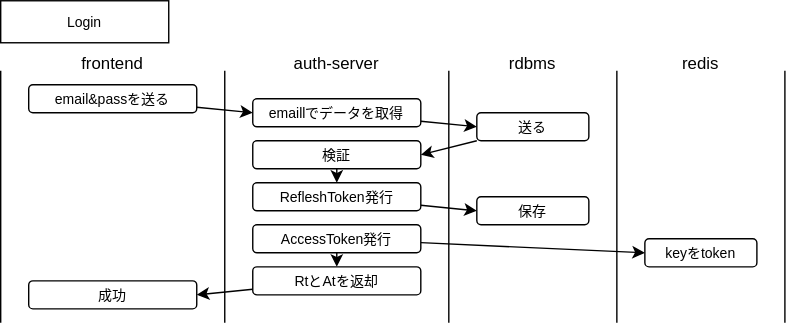
The draw.io diagram auth/案01.drawio.svg in Cosmic-rare/result-database-jupyter, before a commit. Source tidied: cells renumbered, new cells last; positions are measured from the earlier drawing's top-left corner, leaving out a move shared by most shapes.
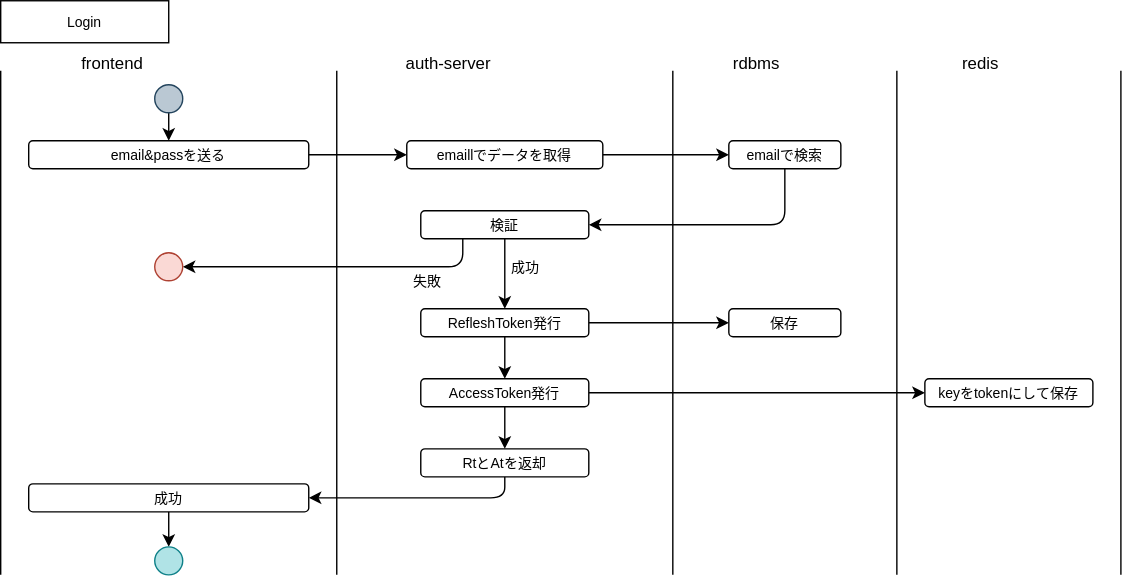
The same file after the commit.

Commit message:
大きく書き直し

Diff of the diagram source:
```diff
@@ -4,42 +4,42 @@
     <mxCell id="1" parent="0" />
     <mxCell id="2" style="endArrow=none;html=1;" parent="1" edge="1">
       <mxGeometry relative="1" as="geometry">
-        <mxPoint y="230" as="sourcePoint" />
+        <mxPoint y="410" as="sourcePoint" />
         <mxPoint y="50" as="targetPoint" />
       </mxGeometry>
     </mxCell>
     <mxCell id="3" style="endArrow=none;html=1;" parent="1" edge="1">
       <mxGeometry relative="1" as="geometry">
-        <mxPoint x="160" y="230" as="sourcePoint" />
-        <mxPoint x="160" y="50" as="targetPoint" />
+        <mxPoint x="240" y="410" as="sourcePoint" />
+        <mxPoint x="240" y="50" as="targetPoint" />
       </mxGeometry>
     </mxCell>
     <mxCell id="4" style="endArrow=none;html=1;" parent="1" edge="1">
       <mxGeometry relative="1" as="geometry">
-        <mxPoint x="320" y="230" as="sourcePoint" />
-        <mxPoint x="320" y="50" as="targetPoint" />
+        <mxPoint x="480" y="410" as="sourcePoint" />
+        <mxPoint x="480" y="50" as="targetPoint" />
       </mxGeometry>
     </mxCell>
     <mxCell id="5" style="endArrow=none;html=1;" parent="1" edge="1">
       <mxGeometry relative="1" as="geometry">
-        <mxPoint x="440" y="230" as="sourcePoint" />
-        <mxPoint x="440" y="50" as="targetPoint" />
+        <mxPoint x="640" y="410" as="sourcePoint" />
+        <mxPoint x="640" y="50" as="targetPoint" />
       </mxGeometry>
     </mxCell>
     <mxCell id="6" style="endArrow=none;html=1;" parent="1" edge="1">
       <mxGeometry relative="1" as="geometry">
-        <mxPoint x="560" y="230" as="sourcePoint" />
-        <mxPoint x="560" y="50" as="targetPoint" />
+        <mxPoint x="800" y="410" as="sourcePoint" />
+        <mxPoint x="800" y="50" as="targetPoint" />
       </mxGeometry>
     </mxCell>
     <mxCell id="7" value="rdbms" style="text;html=1;strokeColor=none;fillColor=none;align=center;verticalAlign=middle;whiteSpace=wrap;rounded=0;" parent="1" vertex="1">
-      <mxGeometry x="320" y="30" width="120" height="30" as="geometry" />
+      <mxGeometry x="480" y="30" width="120" height="30" as="geometry" />
     </mxCell>
     <mxCell id="8" value="redis" style="text;html=1;strokeColor=none;fillColor=none;align=center;verticalAlign=middle;whiteSpace=wrap;rounded=0;" parent="1" vertex="1">
-      <mxGeometry x="440" y="30" width="120" height="30" as="geometry" />
+      <mxGeometry x="640" y="30" width="120" height="30" as="geometry" />
     </mxCell>
     <mxCell id="9" value="auth-server" style="text;html=1;strokeColor=none;fillColor=none;align=center;verticalAlign=middle;whiteSpace=wrap;rounded=0;" parent="1" vertex="1">
-      <mxGeometry x="160" y="30" width="160" height="30" as="geometry" />
+      <mxGeometry x="240" y="30" width="160" height="30" as="geometry" />
     </mxCell>
     <mxCell id="10" value="frontend" style="text;html=1;strokeColor=none;fillColor=none;align=center;verticalAlign=middle;whiteSpace=wrap;rounded=0;" parent="1" vertex="1">
       <mxGeometry y="30" width="160" height="30" as="geometry" />
@@ -48,34 +48,48 @@
       <mxGeometry relative="1" as="geometry" />
     </mxCell>
     <mxCell id="12" value="&lt;font style=&quot;font-size: 10px;&quot;&gt;email&amp;amp;passを送る&lt;/font&gt;" style="rounded=1;whiteSpace=wrap;html=1;" parent="1" vertex="1">
-      <mxGeometry x="20" y="60" width="120" height="20" as="geometry" />
+      <mxGeometry x="20" y="100" width="200" height="20" as="geometry" />
     </mxCell>
     <mxCell id="13" style="edgeStyle=none;html=1;entryX=0;entryY=0.5;entryDx=0;entryDy=0;fontSize=10;" parent="1" edge="1" source="14" target="16">
       <mxGeometry relative="1" as="geometry" />
     </mxCell>
     <mxCell id="14" value="emaillでデータを取得" style="rounded=1;whiteSpace=wrap;html=1;fontSize=10;" parent="1" vertex="1">
-      <mxGeometry x="180" y="70" width="120" height="20" as="geometry" />
+      <mxGeometry x="290" y="100" width="140" height="20" as="geometry" />
     </mxCell>
     <mxCell id="15" style="edgeStyle=none;html=1;entryX=1;entryY=0.5;entryDx=0;entryDy=0;fontSize=10;" parent="1" edge="1" source="16" target="18">
-      <mxGeometry relative="1" as="geometry" />
+      <mxGeometry relative="1" as="geometry">
+        <Array as="points">
+          <mxPoint x="560" y="160" />
+        </Array>
+      </mxGeometry>
     </mxCell>
-    <mxCell id="16" value="送る" style="rounded=1;whiteSpace=wrap;html=1;fontSize=10;" parent="1" vertex="1">
-      <mxGeometry x="340" y="80" width="80" height="20" as="geometry" />
+    <mxCell id="16" value="emailで検索" style="rounded=1;whiteSpace=wrap;html=1;fontSize=10;" parent="1" vertex="1">
+      <mxGeometry x="520" y="100" width="80" height="20" as="geometry" />
     </mxCell>
     <mxCell id="17" style="edgeStyle=none;html=1;entryX=0.5;entryY=0;entryDx=0;entryDy=0;fontSize=10;" parent="1" edge="1" source="18" target="20">
       <mxGeometry relative="1" as="geometry" />
     </mxCell>
+    <mxCell id="30" style="edgeStyle=none;html=1;entryX=1;entryY=0.5;entryDx=0;entryDy=0;fontSize=10;exitX=0.25;exitY=1;exitDx=0;exitDy=0;" parent="1" edge="1" source="18" target="36">
+      <mxGeometry relative="1" as="geometry">
+        <Array as="points">
+          <mxPoint x="330" y="190" />
+        </Array>
+      </mxGeometry>
+    </mxCell>
     <mxCell id="18" value="検証" style="rounded=1;whiteSpace=wrap;html=1;fontSize=10;" parent="1" vertex="1">
-      <mxGeometry x="180" y="100" width="120" height="20" as="geometry" />
+      <mxGeometry x="300" y="150" width="120" height="20" as="geometry" />
     </mxCell>
     <mxCell id="19" style="edgeStyle=none;html=1;entryX=0;entryY=0.5;entryDx=0;entryDy=0;fontSize=10;" parent="1" edge="1" source="20" target="21">
       <mxGeometry relative="1" as="geometry" />
     </mxCell>
+    <mxCell id="31" style="edgeStyle=none;html=1;entryX=0.5;entryY=0;entryDx=0;entryDy=0;fontSize=10;" parent="1" edge="1" source="20" target="24">
+      <mxGeometry relative="1" as="geometry" />
+    </mxCell>
     <mxCell id="20" value="RefleshToken発行" style="rounded=1;whiteSpace=wrap;html=1;fontSize=10;" parent="1" vertex="1">
-      <mxGeometry x="180" y="130" width="120" height="20" as="geometry" />
+      <mxGeometry x="300" y="220" width="120" height="20" as="geometry" />
     </mxCell>
     <mxCell id="21" value="保存" style="rounded=1;whiteSpace=wrap;html=1;fontSize=10;" parent="1" vertex="1">
-      <mxGeometry x="340" y="140" width="80" height="20" as="geometry" />
+      <mxGeometry x="520" y="220" width="80" height="20" as="geometry" />
     </mxCell>
     <mxCell id="22" style="edgeStyle=none;html=1;entryX=0;entryY=0.5;entryDx=0;entryDy=0;fontSize=10;" parent="1" edge="1" source="24" target="25">
       <mxGeometry relative="1" as="geometry" />
@@ -84,22 +98,47 @@
       <mxGeometry relative="1" as="geometry" />
     </mxCell>
     <mxCell id="24" value="AccessToken発行" style="rounded=1;whiteSpace=wrap;html=1;fontSize=10;" parent="1" vertex="1">
-      <mxGeometry x="180" y="160" width="120" height="20" as="geometry" />
+      <mxGeometry x="300" y="270" width="120" height="20" as="geometry" />
     </mxCell>
-    <mxCell id="25" value="keyをtoken" style="rounded=1;whiteSpace=wrap;html=1;fontSize=10;" parent="1" vertex="1">
-      <mxGeometry x="460" y="170" width="80" height="20" as="geometry" />
+    <mxCell id="25" value="keyをtokenにして保存" style="rounded=1;whiteSpace=wrap;html=1;fontSize=10;" parent="1" vertex="1">
+      <mxGeometry x="660" y="270" width="120" height="20" as="geometry" />
     </mxCell>
     <mxCell id="26" style="edgeStyle=none;html=1;entryX=1;entryY=0.5;entryDx=0;entryDy=0;fontSize=10;" parent="1" edge="1" source="27" target="28">
-      <mxGeometry relative="1" as="geometry" />
+      <mxGeometry relative="1" as="geometry">
+        <Array as="points">
+          <mxPoint x="360" y="355" />
+        </Array>
+      </mxGeometry>
     </mxCell>
     <mxCell id="27" value="RtとAtを返却" style="rounded=1;whiteSpace=wrap;html=1;fontSize=10;" parent="1" vertex="1">
-      <mxGeometry x="180" y="190" width="120" height="20" as="geometry" />
+      <mxGeometry x="300" y="320" width="120" height="20" as="geometry" />
     </mxCell>
+    <mxCell id="32" style="edgeStyle=none;html=1;entryX=0.5;entryY=0;entryDx=0;entryDy=0;fontSize=10;" parent="1" edge="1" source="28" target="35">
+      <mxGeometry relative="1" as="geometry" />
+    </mxCell>
     <mxCell id="28" value="成功" style="rounded=1;whiteSpace=wrap;html=1;fontSize=10;" parent="1" vertex="1">
-      <mxGeometry x="20" y="200" width="120" height="20" as="geometry" />
+      <mxGeometry x="20" y="345" width="200" height="20" as="geometry" />
     </mxCell>
     <mxCell id="29" value="Login" style="rounded=0;whiteSpace=wrap;html=1;fontSize=10;" parent="1" vertex="1">
       <mxGeometry width="120" height="30" as="geometry" />
     </mxCell>
+    <mxCell id="33" style="edgeStyle=none;html=1;fontSize=10;" parent="1" edge="1" source="34" target="12">
+      <mxGeometry relative="1" as="geometry" />
+    </mxCell>
+    <mxCell id="34" style="ellipse;whiteSpace=wrap;html=1;fontSize=10;fillColor=#bac8d3;strokeColor=#23445d;" parent="1" vertex="1">
+      <mxGeometry x="110" y="60" width="20" height="20" as="geometry" />
+    </mxCell>
+    <mxCell id="35" style="ellipse;whiteSpace=wrap;html=1;fontSize=10;fillColor=#b0e3e6;strokeColor=#0e8088;" parent="1" vertex="1">
+      <mxGeometry x="110" y="390" width="20" height="20" as="geometry" />
+    </mxCell>
+    <mxCell id="36" style="ellipse;whiteSpace=wrap;html=1;fontSize=10;fillColor=#fad9d5;strokeColor=#ae4132;" parent="1" vertex="1">
+      <mxGeometry x="110" y="180" width="20" height="20" as="geometry" />
+    </mxCell>
+    <mxCell id="37" value="失敗" style="text;html=1;strokeColor=none;fillColor=none;align=center;verticalAlign=middle;whiteSpace=wrap;rounded=0;fontSize=10;" parent="1" vertex="1">
+      <mxGeometry x="290" y="190" width="30" height="20" as="geometry" />
+    </mxCell>
+    <mxCell id="38" value="成功" style="text;html=1;strokeColor=none;fillColor=none;align=center;verticalAlign=middle;whiteSpace=wrap;rounded=0;fontSize=10;" parent="1" vertex="1">
+      <mxGeometry x="360" y="180" width="30" height="20" as="geometry" />
+    </mxCell>
   </root>
 </mxGraphModel>
```
